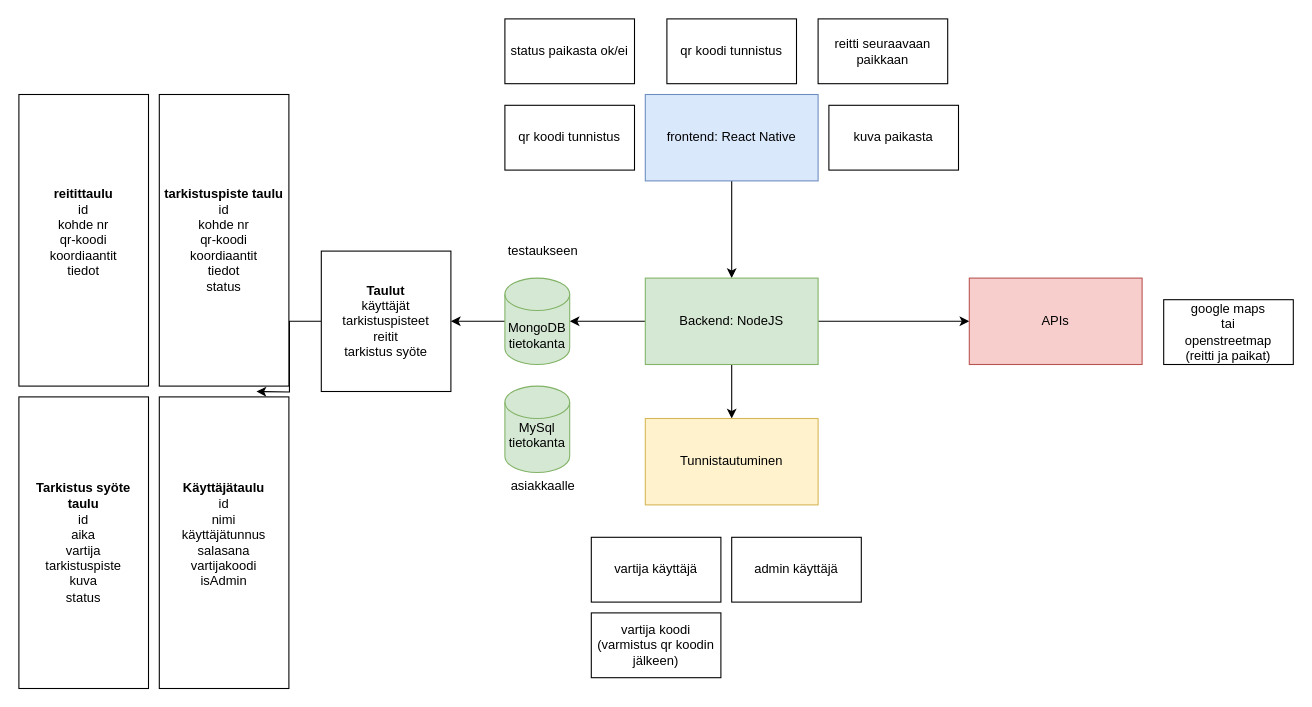
Before: model.drawio in TopiPelkonen/Guard-app, a draw.io diagram. Source tidied: cells renumbered, new cells numbered last; positions are measured from the earlier drawing's top-left corner, leaving out a move shared by most shapes. Both pictures are drawn from the tidied source at 108%, with x=0, y=0 at pixel (18, 18).
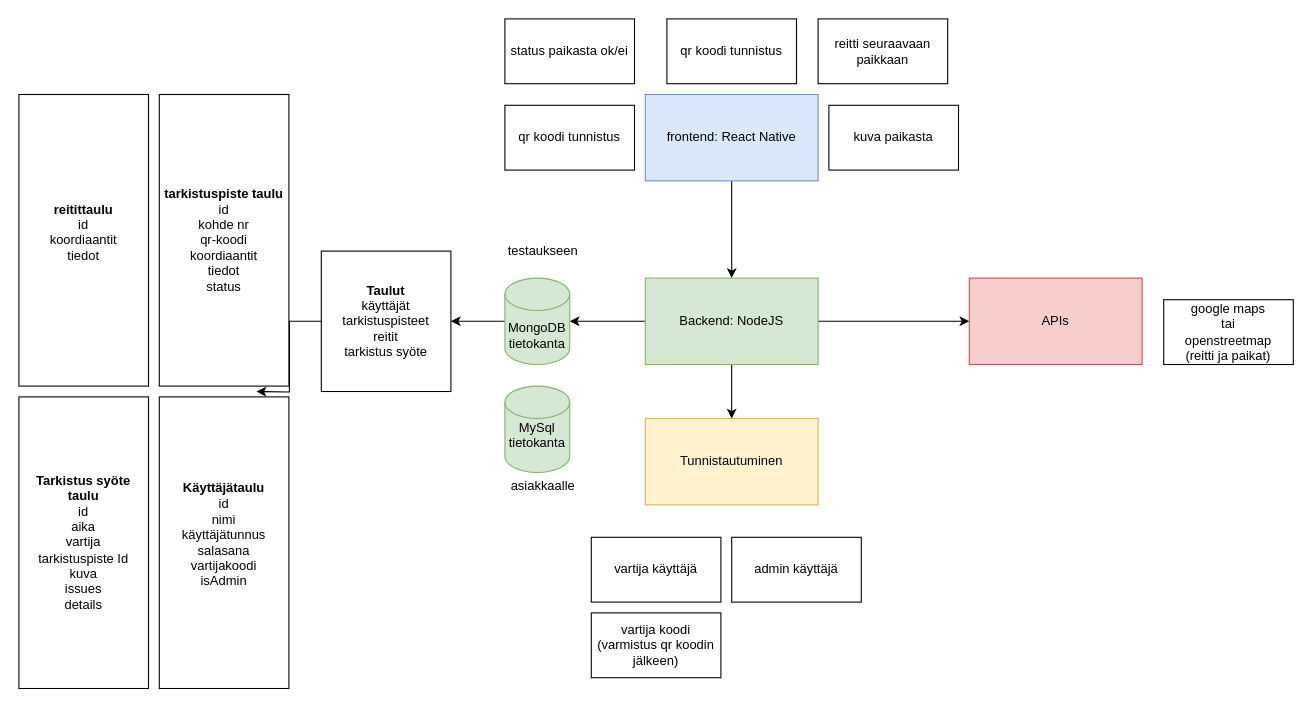
The same diagram, later.

The edit, as a diff of the source:
```diff
@@
-    <mxCell id="21" value="&lt;div&gt;&lt;b&gt;Tarkistus syöte taulu&lt;/b&gt;&lt;/div&gt;&lt;div&gt;id&lt;/div&gt;&lt;div&gt;aika&lt;/div&gt;&lt;div&gt;vartija&lt;/div&gt;&lt;div&gt;tarkistuspiste&lt;/div&gt;&lt;div&gt;kuva&lt;/div&gt;&lt;div&gt;status&lt;/div&gt;" style="rounded=0;whiteSpace=wrap;html=1;" parent="1" vertex="1">
+    <mxCell id="21" value="&lt;div&gt;&lt;b&gt;Tarkistus syöte taulu&lt;/b&gt;&lt;/div&gt;&lt;div&gt;id&lt;/div&gt;&lt;div&gt;aika&lt;/div&gt;&lt;div&gt;vartija&lt;/div&gt;&lt;div&gt;tarkistuspiste Id&lt;/div&gt;&lt;div&gt;kuva&lt;/div&gt;&lt;div&gt;issues&lt;/div&gt;&lt;div&gt;details&lt;/div&gt;" style="rounded=0;whiteSpace=wrap;html=1;" parent="1" vertex="1">
       <mxGeometry y="350" width="120" height="270" as="geometry" />
     </mxCell>
-    <mxCell id="22" value="&lt;div&gt;&lt;b&gt;reitittaulu&lt;/b&gt;&lt;/div&gt;&lt;div&gt;id&lt;/div&gt;&lt;div&gt;kohde nr&lt;/div&gt;&lt;div&gt;qr-koodi&lt;/div&gt;&lt;div&gt;koordiaantit&lt;/div&gt;&lt;div&gt;tiedot&lt;/div&gt;&lt;div&gt;&lt;br&gt;&lt;/div&gt;" style="rounded=0;whiteSpace=wrap;html=1;" parent="1" vertex="1">
+    <mxCell id="22" value="&lt;div&gt;&lt;b&gt;reitittaulu&lt;/b&gt;&lt;/div&gt;&lt;div&gt;id&lt;/div&gt;&lt;div&gt;&lt;span style=&quot;background-color: initial;&quot;&gt;koordiaantit&lt;/span&gt;&lt;br&gt;&lt;/div&gt;&lt;div&gt;tiedot&lt;/div&gt;&lt;div&gt;&lt;br&gt;&lt;/div&gt;" style="rounded=0;whiteSpace=wrap;html=1;" parent="1" vertex="1">
       <mxGeometry y="70" width="120" height="270" as="geometry" />
     </mxCell>
```
